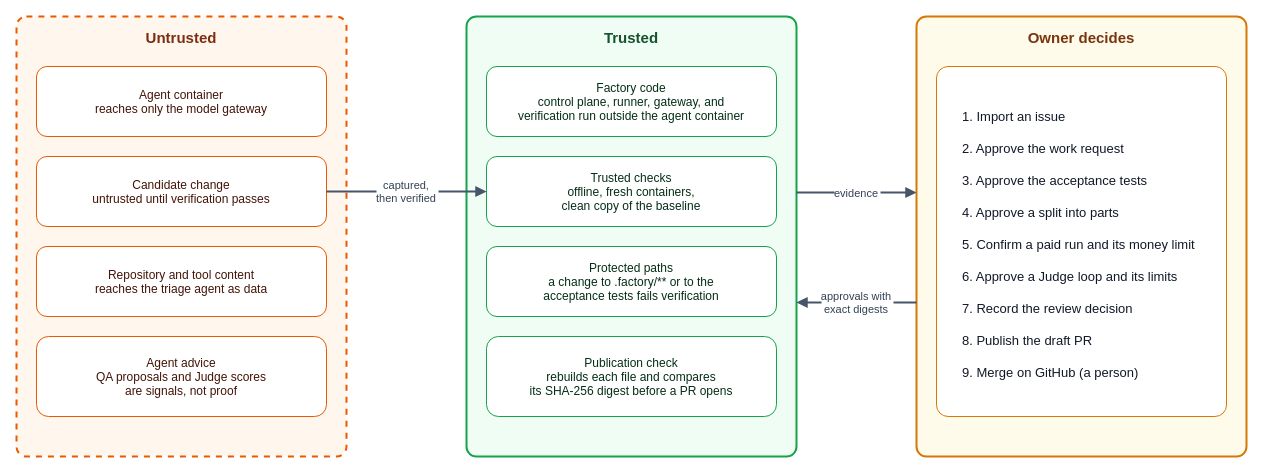
mikara89/factory-engineering-portal keeps this draw.io diagram as diagrams/mvp-trust-boundaries.drawio. Above is the earlier version. Source tidied: cells renumbered, new cells numbered last; positions are measured from the earlier drawing's top-left corner, leaving out a move shared by most shapes. Both pictures are drawn from the tidied source at 100%, with x=0, y=0 at pixel (16, 16).
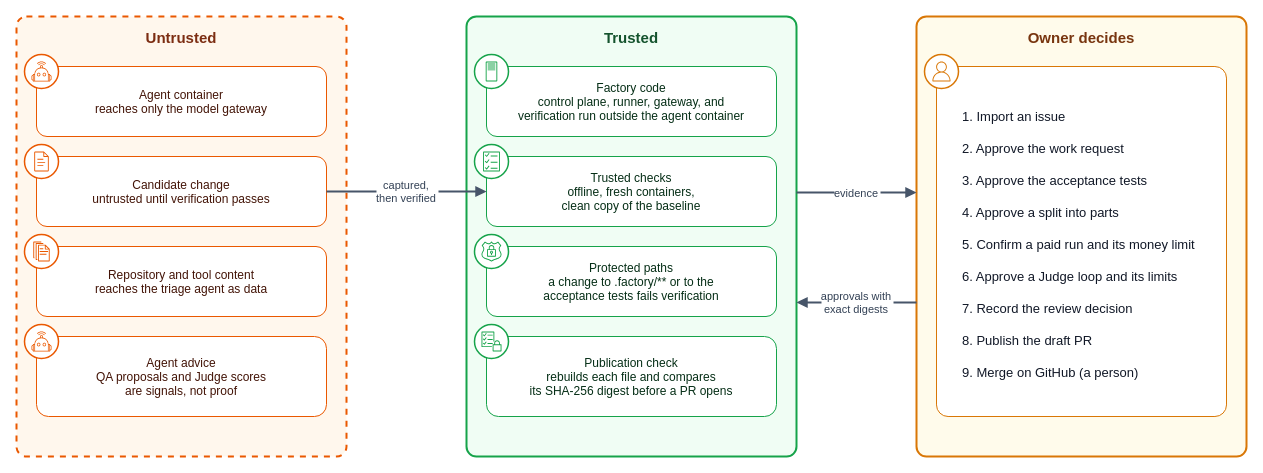
Above is the later version.

Diff of the diagram source:
```diff
@@
+    <mxCell id="17" style="ellipse;fillColor=#FFFFFF;strokeColor=#ea5800;strokeWidth=1.5;html=0;" parent="1" vertex="1">
+      <mxGeometry x="8" y="38" width="34" height="34" as="geometry" />
+    </mxCell>
+    <mxCell id="18" style="shape=mxgraph.aws4.robotics;fillColor=#ea5800;strokeColor=none;html=0;" parent="1" vertex="1">
+      <mxGeometry x="15" y="45" width="20" height="20" as="geometry" />
+    </mxCell>
+    <mxCell id="19" style="ellipse;fillColor=#FFFFFF;strokeColor=#ea5800;strokeWidth=1.5;html=0;" parent="1" vertex="1">
+      <mxGeometry x="8" y="128" width="34" height="34" as="geometry" />
+    </mxCell>
+    <mxCell id="20" style="shape=mxgraph.aws4.document;fillColor=#ea5800;strokeColor=none;html=0;" parent="1" vertex="1">
+      <mxGeometry x="15" y="135" width="20" height="20" as="geometry" />
+    </mxCell>
+    <mxCell id="21" style="ellipse;fillColor=#FFFFFF;strokeColor=#ea5800;strokeWidth=1.5;html=0;" parent="1" vertex="1">
+      <mxGeometry x="8" y="218" width="34" height="34" as="geometry" />
+    </mxCell>
+    <mxCell id="22" style="shape=mxgraph.aws4.documents;fillColor=#ea5800;strokeColor=none;html=0;" parent="1" vertex="1">
+      <mxGeometry x="15" y="225" width="20" height="20" as="geometry" />
+    </mxCell>
+    <mxCell id="23" style="ellipse;fillColor=#FFFFFF;strokeColor=#ea5800;strokeWidth=1.5;html=0;" parent="1" vertex="1">
+      <mxGeometry x="8" y="308" width="34" height="34" as="geometry" />
+    </mxCell>
+    <mxCell id="24" style="shape=mxgraph.aws4.robotics;fillColor=#ea5800;strokeColor=none;html=0;" parent="1" vertex="1">
+      <mxGeometry x="15" y="315" width="20" height="20" as="geometry" />
+    </mxCell>
+    <mxCell id="25" style="ellipse;fillColor=#FFFFFF;strokeColor=#16a34a;strokeWidth=1.5;html=0;" parent="1" vertex="1">
+      <mxGeometry x="458" y="38" width="34" height="34" as="geometry" />
+    </mxCell>
+    <mxCell id="26" style="shape=mxgraph.aws4.traditional_server;fillColor=#16a34a;strokeColor=none;html=0;" parent="1" vertex="1">
+      <mxGeometry x="465" y="45" width="20" height="20" as="geometry" />
+    </mxCell>
+    <mxCell id="27" style="ellipse;fillColor=#FFFFFF;strokeColor=#16a34a;strokeWidth=1.5;html=0;" parent="1" vertex="1">
+      <mxGeometry x="458" y="128" width="34" height="34" as="geometry" />
+    </mxCell>
+    <mxCell id="28" style="shape=mxgraph.aws4.checklist;fillColor=#16a34a;strokeColor=none;html=0;" parent="1" vertex="1">
+      <mxGeometry x="465" y="135" width="20" height="20" as="geometry" />
+    </mxCell>
+    <mxCell id="29" style="ellipse;fillColor=#FFFFFF;strokeColor=#16a34a;strokeWidth=1.5;html=0;" parent="1" vertex="1">
+      <mxGeometry x="458" y="218" width="34" height="34" as="geometry" />
+    </mxCell>
+    <mxCell id="30" style="shape=mxgraph.aws4.ssl_padlock;fillColor=#16a34a;strokeColor=none;html=0;" parent="1" vertex="1">
+      <mxGeometry x="465" y="225" width="20" height="20" as="geometry" />
+    </mxCell>
+    <mxCell id="31" style="ellipse;fillColor=#FFFFFF;strokeColor=#16a34a;strokeWidth=1.5;html=0;" parent="1" vertex="1">
+      <mxGeometry x="458" y="308" width="34" height="34" as="geometry" />
+    </mxCell>
+    <mxCell id="32" style="shape=mxgraph.aws4.checklist_security;fillColor=#16a34a;strokeColor=none;html=0;" parent="1" vertex="1">
+      <mxGeometry x="465" y="315" width="20" height="20" as="geometry" />
+    </mxCell>
+    <mxCell id="33" style="ellipse;fillColor=#FFFFFF;strokeColor=#d97706;strokeWidth=1.5;html=0;" parent="1" vertex="1">
+      <mxGeometry x="908" y="38" width="34" height="34" as="geometry" />
+    </mxCell>
+    <mxCell id="34" style="shape=mxgraph.aws4.user;fillColor=#d97706;strokeColor=none;html=0;" parent="1" vertex="1">
+      <mxGeometry x="915" y="45" width="20" height="20" as="geometry" />
+    </mxCell>
```
